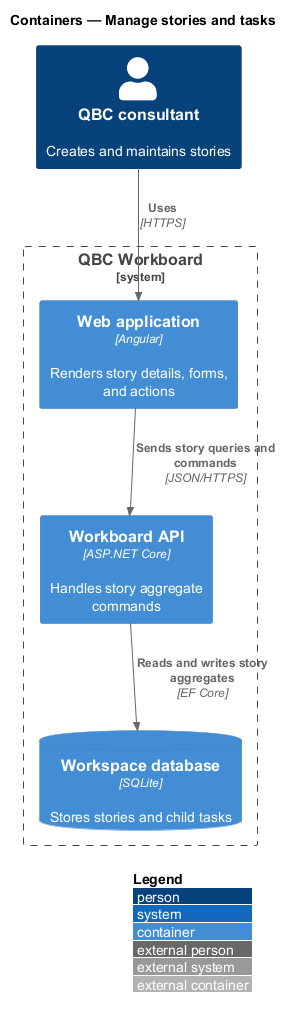
This is docs/detailed-designs/work-items/manage-stories-and-tasks/diagrams/c4-container.png from QuinntyneBrown/quinntyne-brown-consulting, a PlantUML export, as it was before one commit. Its diagram source:
```plantuml
@startuml
!include <C4/C4_Container>
LAYOUT_WITH_LEGEND()
title Containers — Manage stories and tasks

Person(consultant, "QBC consultant", "Creates and maintains stories")
System_Boundary(workboard, "QBC Workboard") {
  Container(spa, "Web application", "Angular", "Renders story details, forms, and actions")
  Container(api, "Workboard API", "ASP.NET Core", "Handles story aggregate commands")
  ContainerDb(db, "Workspace database", "SQLite", "Stores stories and child tasks")
}

Rel(consultant, spa, "Uses", "HTTPS")
Rel(spa, api, "Sends story queries and commands", "JSON/HTTPS")
Rel(api, db, "Reads and writes story aggregates", "EF Core")
@enduml
```
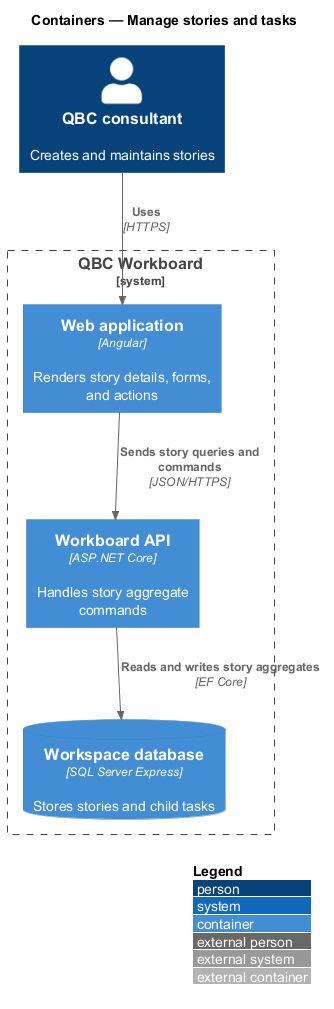
The same diagram one commit later.

What changed in the source:
```diff
@@ -7,7 +7,7 @@
 System_Boundary(workboard, "QBC Workboard") {
   Container(spa, "Web application", "Angular", "Renders story details, forms, and actions")
   Container(api, "Workboard API", "ASP.NET Core", "Handles story aggregate commands")
-  ContainerDb(db, "Workspace database", "SQLite", "Stores stories and child tasks")
+  ContainerDb(db, "Workspace database", "SQL Server Express", "Stores stories and child tasks")
 }
 
 Rel(consultant, spa, "Uses", "HTTPS")
```
